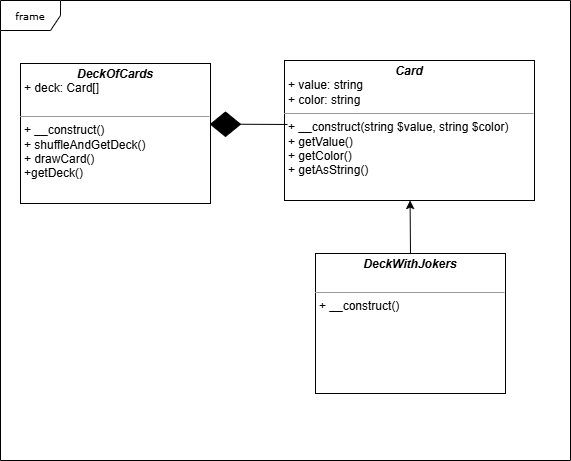
Above: public/img/uml.png in SvanteF/mvc-report (draw.io), before the change. Source tidied: cells renumbered, new cells last; positions are measured from the earlier drawing's top-left corner, leaving out a move shared by most shapes. Source of this version:
```xml
<mxGraphModel>
  <root>
    <mxCell id="0" />
    <mxCell id="1" parent="0" />
    <mxCell id="2" value="frame" style="shape=umlFrame;whiteSpace=wrap;html=1;rounded=0;shadow=0;comic=0;labelBackgroundColor=none;strokeWidth=1;fontFamily=Verdana;fontSize=10;align=center;" parent="1" vertex="1">
      <mxGeometry width="570" height="460" as="geometry" />
    </mxCell>
    <mxCell id="3" value="&lt;p style=&quot;margin:0px;margin-top:4px;text-align:center;&quot;&gt;&lt;i&gt;&lt;b&gt;Card&lt;/b&gt;&lt;/i&gt;&lt;br&gt;&lt;/p&gt;&lt;p style=&quot;margin:0px;margin-left:4px;&quot;&gt;+ value: string&lt;br&gt;+ color: string&lt;/p&gt;&lt;hr size=&quot;1&quot;&gt;&lt;p style=&quot;margin:0px;margin-left:4px;&quot;&gt;+&amp;nbsp;__construct(string $value, string $color)&lt;/p&gt;&lt;p style=&quot;margin:0px;margin-left:4px;&quot;&gt;+ getValue()&lt;br&gt;+ getColor()&lt;/p&gt;&lt;p style=&quot;margin:0px;margin-left:4px;&quot;&gt;+ getAsString()&lt;/p&gt;&lt;p style=&quot;margin:0px;margin-left:4px;&quot;&gt;&lt;br&gt;&lt;/p&gt;" style="verticalAlign=top;align=left;overflow=fill;fontSize=12;fontFamily=Helvetica;html=1;rounded=0;shadow=0;comic=0;labelBackgroundColor=none;strokeWidth=1;" parent="1" vertex="1">
      <mxGeometry x="284" y="60" width="250" height="140" as="geometry" />
    </mxCell>
    <mxCell id="4" style="edgeStyle=orthogonalEdgeStyle;rounded=0;html=1;exitX=1;exitY=0.75;dashed=1;labelBackgroundColor=none;startFill=0;endArrow=open;endFill=0;endSize=10;fontFamily=Verdana;fontSize=10;" parent="1" edge="1">
      <mxGeometry relative="1" as="geometry">
        <mxPoint x="360" y="420" as="targetPoint" />
        <Array as="points">
          <mxPoint x="300" y="355" />
          <mxPoint x="300" y="420" />
        </Array>
      </mxGeometry>
    </mxCell>
    <mxCell id="5" style="edgeStyle=orthogonalEdgeStyle;rounded=0;html=1;dashed=1;labelBackgroundColor=none;startFill=0;endArrow=open;endFill=0;endSize=10;fontFamily=Verdana;fontSize=10;" parent="1" edge="1">
      <mxGeometry relative="1" as="geometry">
        <mxPoint x="360" y="440" as="targetPoint" />
        <Array as="points">
          <mxPoint x="300" y="470" />
          <mxPoint x="300" y="440" />
        </Array>
      </mxGeometry>
    </mxCell>
    <mxCell id="6" value="&lt;p style=&quot;margin: 4px 0px 0px; text-align: center;&quot;&gt;&lt;i&gt;&lt;b&gt;DeckOfCards&lt;/b&gt;&lt;/i&gt;&lt;br&gt;&lt;/p&gt;&lt;p style=&quot;margin:0px;margin-left:4px;&quot;&gt;+ deck: Card[]&lt;br&gt;&lt;br&gt;&lt;/p&gt;&lt;hr size=&quot;1&quot;&gt;&lt;p style=&quot;margin:0px;margin-left:4px;&quot;&gt;+&amp;nbsp;__construct()&lt;br&gt;+&amp;nbsp;shuffleAndGetDeck()&lt;/p&gt;&lt;p style=&quot;margin:0px;margin-left:4px;&quot;&gt;+&amp;nbsp;drawCard()&lt;/p&gt;&lt;p style=&quot;margin:0px;margin-left:4px;&quot;&gt;+&lt;span style=&quot;background-color: transparent;&quot;&gt;getDeck()&lt;/span&gt;&lt;/p&gt;" style="verticalAlign=top;align=left;overflow=fill;fontSize=12;fontFamily=Helvetica;html=1;rounded=0;shadow=0;comic=0;labelBackgroundColor=none;strokeWidth=1;" parent="1" vertex="1">
      <mxGeometry x="20" y="63" width="190" height="140" as="geometry" />
    </mxCell>
    <mxCell id="7" value="&lt;p style=&quot;margin: 4px 0px 0px; text-align: center;&quot;&gt;&lt;span style=&quot;background-color: transparent; text-align: left;&quot;&gt;&lt;b&gt;&lt;i&gt;DeckWithJokers&lt;/i&gt;&lt;/b&gt;&lt;/span&gt;&lt;br&gt;&lt;/p&gt;&lt;p style=&quot;margin:0px;margin-left:4px;&quot;&gt;&lt;br&gt;&lt;/p&gt;&lt;hr size=&quot;1&quot;&gt;&lt;p style=&quot;margin:0px;margin-left:4px;&quot;&gt;+&amp;nbsp;__construct()&lt;br&gt;&lt;br&gt;&lt;/p&gt;" style="verticalAlign=top;align=left;overflow=fill;fontSize=12;fontFamily=Helvetica;html=1;rounded=0;shadow=0;comic=0;labelBackgroundColor=none;strokeWidth=1;" parent="1" vertex="1">
      <mxGeometry x="315" y="253" width="190" height="140" as="geometry" />
    </mxCell>
    <mxCell id="8" style="rhombus;whiteSpace=wrap;html=1;fillColor=#000000;" parent="1" vertex="1">
      <mxGeometry x="210" y="111.5" width="30" height="24.5" as="geometry" />
    </mxCell>
    <mxCell id="9" style="endArrow=none;html=1;rounded=0;exitX=0.012;exitY=0.457;exitDx=0;exitDy=0;entryX=1;entryY=0.5;entryDx=0;entryDy=0;exitPerimeter=0;" parent="1" edge="1" source="3" target="8">
      <mxGeometry relative="1" as="geometry" />
    </mxCell>
    <mxCell id="10" style="endArrow=classic;html=1;rounded=0;exitX=0.5;exitY=0;exitDx=0;exitDy=0;" parent="1" edge="1" source="7" target="3">
      <mxGeometry relative="1" as="geometry" />
    </mxCell>
  </root>
</mxGraphModel>
```
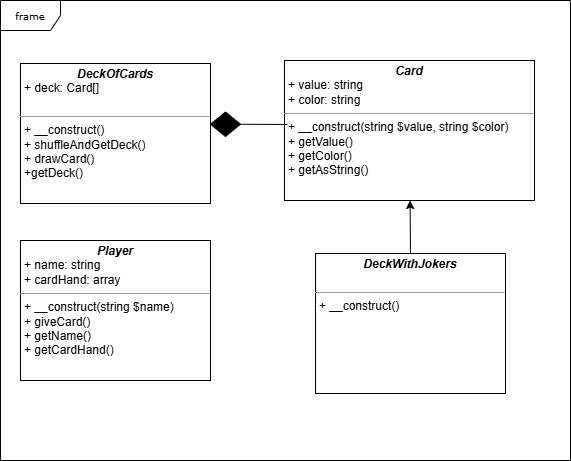
The same diagram one commit later.

Commit message:
Updated UML with views plus last changes to report

Diff of the diagram source:
```diff
@@ -41,5 +41,8 @@
     <mxCell id="10" style="endArrow=classic;html=1;rounded=0;exitX=0.5;exitY=0;exitDx=0;exitDy=0;" parent="1" edge="1" source="7" target="3">
       <mxGeometry relative="1" as="geometry" />
     </mxCell>
+    <mxCell id="11" value="&lt;p style=&quot;margin:0px;margin-top:4px;text-align:center;&quot;&gt;&lt;i&gt;&lt;b&gt;Player&lt;/b&gt;&lt;/i&gt;&lt;br&gt;&lt;/p&gt;&lt;p style=&quot;margin:0px;margin-left:4px;&quot;&gt;+ name: string&lt;br&gt;+ cardHand: array&lt;/p&gt;&lt;hr size=&quot;1&quot;&gt;&lt;p style=&quot;margin:0px;margin-left:4px;&quot;&gt;+&amp;nbsp;__construct(string $name)&lt;/p&gt;&lt;p style=&quot;margin:0px;margin-left:4px;&quot;&gt;+ giveCard()&lt;br&gt;+ getName()&lt;/p&gt;&lt;p style=&quot;margin:0px;margin-left:4px;&quot;&gt;+ getCardHand()&lt;/p&gt;&lt;p style=&quot;margin:0px;margin-left:4px;&quot;&gt;&lt;br&gt;&lt;/p&gt;" style="verticalAlign=top;align=left;overflow=fill;fontSize=12;fontFamily=Helvetica;html=1;rounded=0;shadow=0;comic=0;labelBackgroundColor=none;strokeWidth=1;" parent="1" vertex="1">
+      <mxGeometry x="20" y="240" width="190" height="140" as="geometry" />
+    </mxCell>
   </root>
 </mxGraphModel>
```
